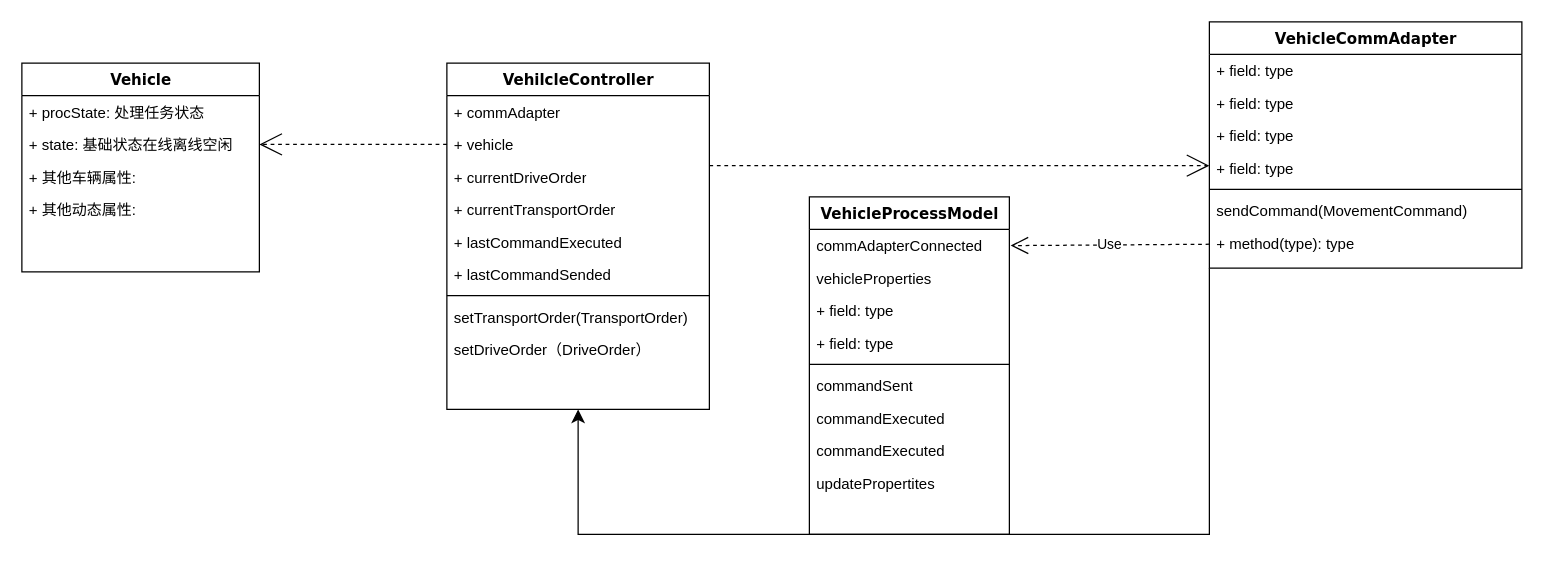
Before: 架构/功能领域类.drawio in c825503724/fms, a draw.io diagram. Source tidied: cells renumbered, new cells numbered last; positions are measured from the earlier drawing's top-left corner, leaving out a move shared by most shapes. Both pictures are drawn from the tidied source at 125%, with x=0, y=0 at pixel (21, 21).
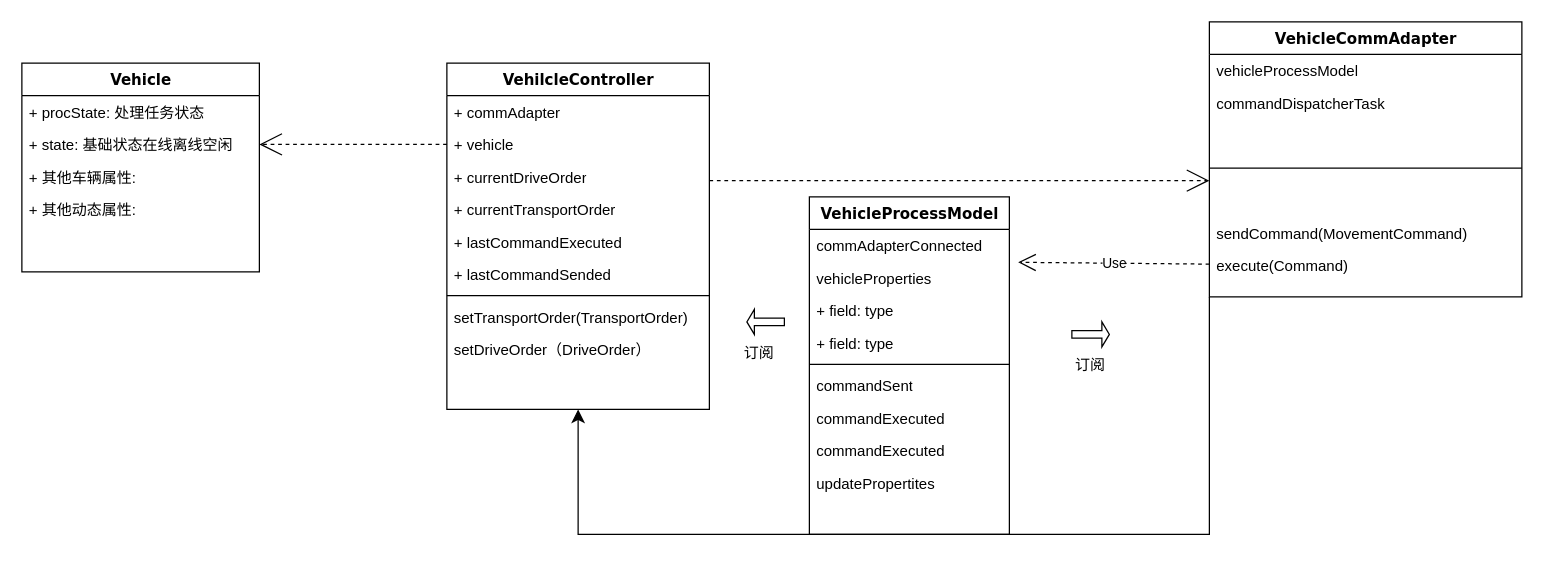
The same diagram, later.

Commit message (it also covers changes not shown here):
更新功能领域类.drawio

Unchanged cells that the change refers to:
```xml
<mxCell id="27" value="commAdapterConnected" style="text;html=1;strokeColor=none;fillColor=none;align=left;verticalAlign=top;spacingLeft=4;spacingRight=4;whiteSpace=wrap;overflow=hidden;points=[[0,0.5],[1,0.5]];portConstraint=eastwest;" parent="26" vertex="1">
  <mxGeometry y="26" width="160" height="26" as="geometry" />
</mxCell>
```

The edit, as a diff of the source:
```diff
@@
     <mxCell id="18" value="VehicleCommAdapter" style="swimlane;html=1;fontStyle=1;align=center;verticalAlign=top;horizontal=1;startSize=26;swimlaneFillColor=#ffffff;rounded=0;shadow=0;comic=0;labelBackgroundColor=none;strokeWidth=1;fillColor=none;fontFamily=Verdana;fontSize=12;" parent="1" vertex="1">
-      <mxGeometry x="950" width="250" height="197" as="geometry" />
+      <mxGeometry x="950" width="250" height="220" as="geometry" />
     </mxCell>
-    <mxCell id="19" value="+ field: type" style="text;html=1;strokeColor=none;fillColor=none;align=left;verticalAlign=top;spacingLeft=4;spacingRight=4;whiteSpace=wrap;overflow=hidden;" parent="18" vertex="1">
+    <mxCell id="19" value="vehicleProcessModel" style="text;html=1;strokeColor=none;fillColor=none;align=left;verticalAlign=top;spacingLeft=4;spacingRight=4;whiteSpace=wrap;overflow=hidden;" parent="18" vertex="1">
       <mxGeometry y="26" width="250" height="26" as="geometry" />
     </mxCell>
-    <mxCell id="20" value="+ field: type" style="text;html=1;strokeColor=none;fillColor=none;align=left;verticalAlign=top;spacingLeft=4;spacingRight=4;whiteSpace=wrap;overflow=hidden;" parent="18" vertex="1">
-      <mxGeometry y="52" width="250" height="26" as="geometry" />
-    </mxCell>
-    <mxCell id="21" value="+ field: type" style="text;html=1;strokeColor=none;fillColor=none;align=left;verticalAlign=top;spacingLeft=4;spacingRight=4;whiteSpace=wrap;overflow=hidden;" parent="18" vertex="1">
-      <mxGeometry y="78" width="250" height="26" as="geometry" />
-    </mxCell>
-    <mxCell id="22" value="+ field: type" style="text;html=1;strokeColor=none;fillColor=none;align=left;verticalAlign=top;spacingLeft=4;spacingRight=4;whiteSpace=wrap;overflow=hidden;" parent="18" vertex="1">
-      <mxGeometry y="104" width="250" height="26" as="geometry" />
-    </mxCell>
+    <mxCell id="39" value="commandDispatcherTask" style="text;html=1;strokeColor=none;fillColor=none;align=left;verticalAlign=top;spacingLeft=4;spacingRight=4;whiteSpace=wrap;overflow=hidden;" parent="18" vertex="1">
+      <mxGeometry y="52" width="250" height="26" as="geometry" />
+    </mxCell>
     <mxCell id="23" style="line;html=1;strokeWidth=1;fillColor=none;align=left;verticalAlign=middle;spacingTop=-1;spacingLeft=3;spacingRight=3;labelPosition=right;" parent="18" vertex="1">
-      <mxGeometry y="130" width="250" height="8" as="geometry" />
+      <mxGeometry y="78" width="250" height="78" as="geometry" />
     </mxCell>
     <mxCell id="24" value="sendCommand(MovementCommand&lt;span style=&quot;background-color: initial;&quot;&gt;)&lt;/span&gt;" style="text;html=1;strokeColor=none;fillColor=none;align=left;verticalAlign=top;spacingLeft=4;spacingRight=4;whiteSpace=wrap;overflow=hidden;" parent="18" vertex="1">
-      <mxGeometry y="138" width="250" height="26" as="geometry" />
+      <mxGeometry y="156" width="250" height="26" as="geometry" />
     </mxCell>
-    <mxCell id="25" value="+ method(type): type" style="text;html=1;strokeColor=none;fillColor=none;align=left;verticalAlign=top;spacingLeft=4;spacingRight=4;whiteSpace=wrap;overflow=hidden;points=[[0,0.5],[1,0.5]];portConstraint=eastwest;" parent="18" vertex="1">
-      <mxGeometry y="164" width="250" height="26" as="geometry" />
+    <mxCell id="25" value="execute(Command)" style="text;html=1;strokeColor=none;fillColor=none;align=left;verticalAlign=top;spacingLeft=4;spacingRight=4;whiteSpace=wrap;overflow=hidden;points=[[0,0.5],[1,0.5]];portConstraint=eastwest;" parent="18" vertex="1">
+      <mxGeometry y="182" width="250" height="26" as="geometry" />
     </mxCell>
@@
-    <mxCell id="38" value="Use" style="endArrow=open;endSize=12;dashed=1;html=1;rounded=0;entryX=1;entryY=0.5;entryDx=0;entryDy=0;" parent="1" edge="1" source="25">
-      <mxGeometry relative="1" as="geometry">
-        <mxPoint x="791" y="179" as="targetPoint" />
-      </mxGeometry>
+    <mxCell id="38" value="Use" style="endArrow=open;endSize=12;dashed=1;html=1;rounded=0;entryX=1.044;entryY=1.013;entryDx=0;entryDy=0;entryPerimeter=0;" parent="1" edge="1" source="25" target="27">
+      <mxGeometry relative="1" as="geometry" />
     </mxCell>
+    <mxCell id="40" style="shape=singleArrow;whiteSpace=wrap;html=1;" parent="1" vertex="1">
+      <mxGeometry x="840" y="240" width="30" height="20" as="geometry" />
+    </mxCell>
+    <mxCell id="41" style="shape=singleArrow;whiteSpace=wrap;html=1;direction=west;" parent="1" vertex="1">
+      <mxGeometry x="580" y="230" width="30" height="20" as="geometry" />
+    </mxCell>
+    <mxCell id="42" value="订阅" style="text;strokeColor=none;align=center;fillColor=none;html=1;verticalAlign=middle;whiteSpace=wrap;rounded=0;" parent="1" vertex="1">
+      <mxGeometry x="560" y="250" width="60" height="30" as="geometry" />
+    </mxCell>
+    <mxCell id="43" value="订阅" style="text;strokeColor=none;align=center;fillColor=none;html=1;verticalAlign=middle;whiteSpace=wrap;rounded=0;" parent="1" vertex="1">
+      <mxGeometry x="825" y="260" width="60" height="30" as="geometry" />
+    </mxCell>
```
